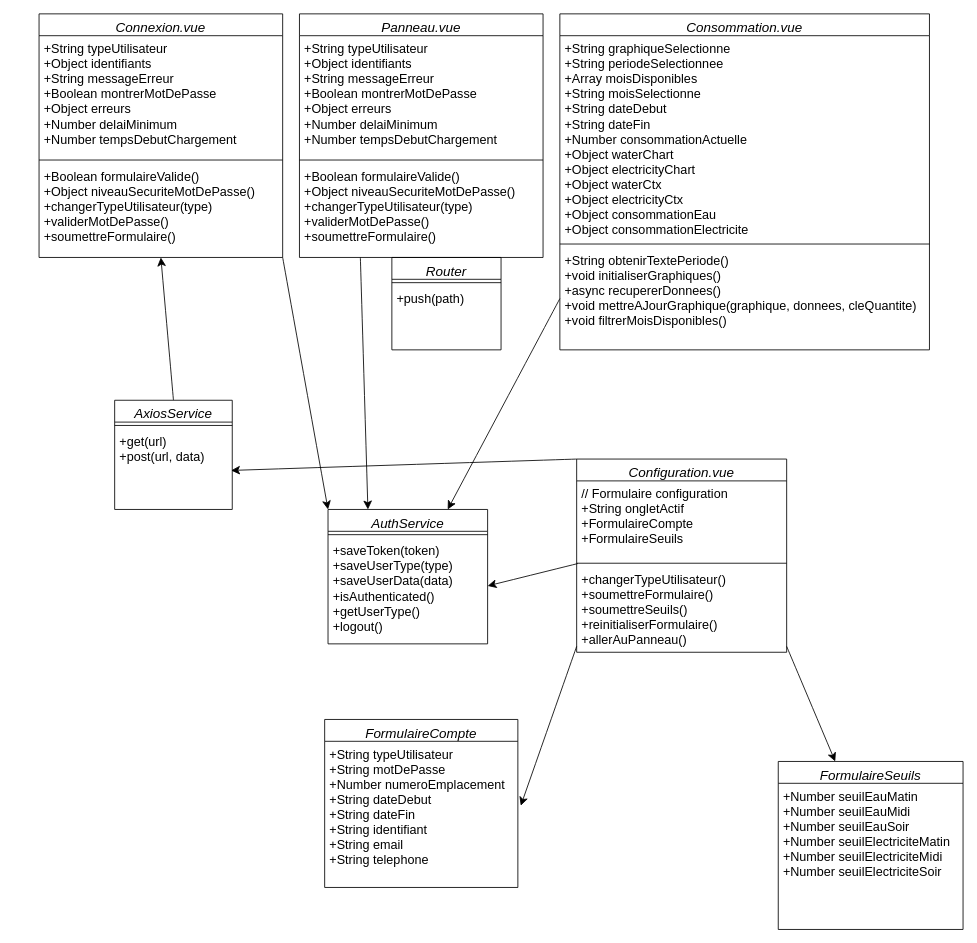
Before: Diagramme_Classe_Frontend.drawio in leeeooooooooo/Projet_Visualisation, a draw.io diagram. Source tidied: cells renumbered, new cells numbered last; positions are measured from the earlier drawing's top-left corner, leaving out a move shared by most shapes. Both pictures are drawn from the tidied source at 84%, with x=0, y=0 at pixel (39, 13).
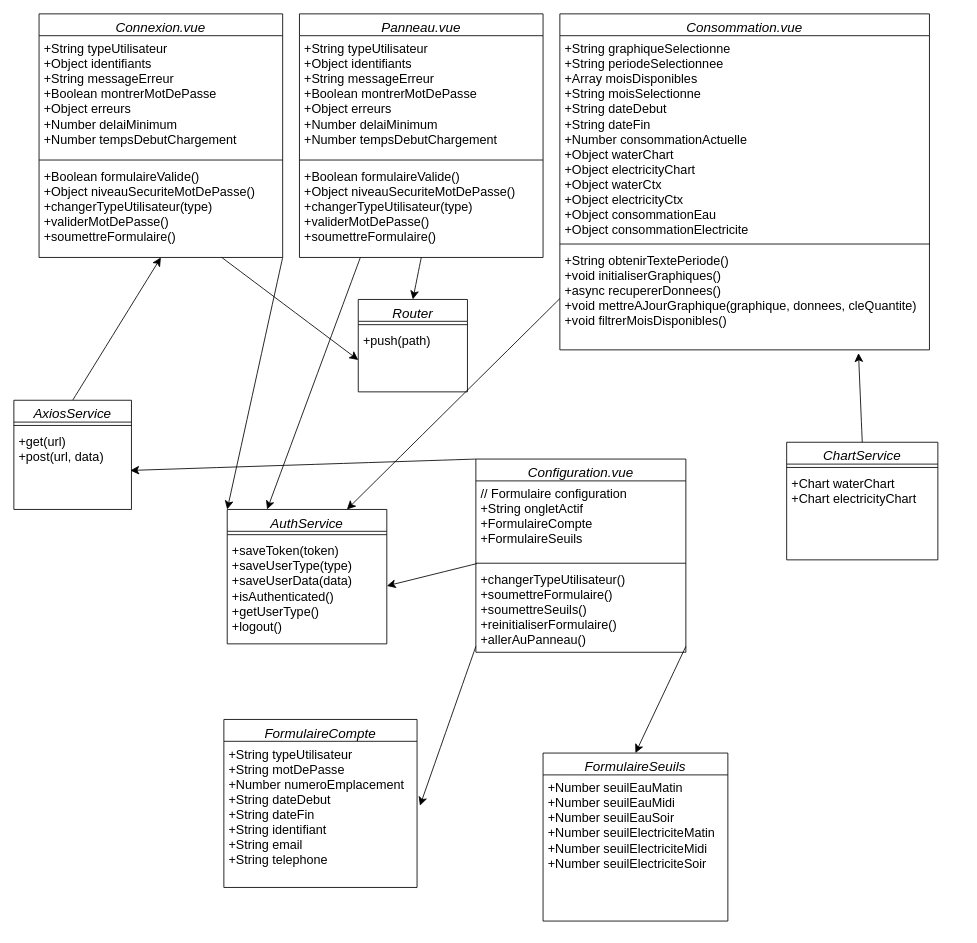
The same diagram, later.

Commit message (it also covers changes not shown here):
Mettre à jour Diagramme_Classe_Frontend.drawio

The change refers to these unchanged cells:
```xml
<mxCell id="3" value="Connexion.vue" style="swimlane;fontStyle=2;align=center;verticalAlign=top;horizontal=1;startSize=26;rounded=0;shadow=0;strokeWidth=1;fontSize=16;" parent="1" vertex="1">
  <mxGeometry width="290" height="290" as="geometry" />
</mxCell>
<mxCell id="17" value="+push(path)" style="text;align=left;verticalAlign=top;spacingLeft=4;spacingRight=4;overflow=hidden;points=[[0,0.5],[1,0.5]];portConstraint=eastwest;rounded=0;shadow=0;html=0;fontSize=15;" parent="15" vertex="1">
  <mxGeometry y="34" width="130" height="76" as="geometry" />
</mxCell>
<mxCell id="21" value="+String obtenirTextePeriode()&#10;+void initialiserGraphiques()&#10;+async recupererDonnees()&#10;+void mettreAJourGraphique(graphique, donnees, cleQuantite)&#10;+void filtrerMoisDisponibles()" style="text;align=left;verticalAlign=top;spacingLeft=4;spacingRight=4;overflow=hidden;points=[[0,0.5],[1,0.5]];portConstraint=eastwest;rounded=0;shadow=0;html=0;fontSize=15;" parent="18" vertex="1">
  <mxGeometry y="278" width="440" height="122" as="geometry" />
</mxCell>
<mxCell id="22" value="Panneau.vue" style="swimlane;fontStyle=2;align=center;verticalAlign=top;horizontal=1;startSize=26;rounded=0;shadow=0;strokeWidth=1;fontSize=16;" parent="1" vertex="1">
  <mxGeometry x="310" width="290" height="290" as="geometry" />
</mxCell>
<mxCell id="32" value="&#10;&#10;&#10;" style="text;align=left;verticalAlign=top;spacingLeft=4;spacingRight=4;overflow=hidden;points=[[0,0.5],[1,0.5]];portConstraint=eastwest;rounded=0;shadow=0;html=0;fontSize=15;" parent="28" vertex="1">
  <mxGeometry y="222" width="250" height="2" as="geometry" />
</mxCell>
```

Change to the diagram source:
```diff
@@
+    <mxCell id="40" style="edgeStyle=none;curved=1;rounded=0;jettySize=auto;html=1;exitX=0.75;exitY=1;exitDx=0;exitDy=0;entryX=0;entryY=0.5;entryDx=0;entryDy=0;fontSize=12;startSize=8;endSize=8;" parent="1" edge="1" source="3" target="17">
+      <mxGeometry relative="1" as="geometry" />
+    </mxCell>
@@
     <mxCell id="8" value="AuthService" style="swimlane;fontStyle=2;align=center;verticalAlign=top;horizontal=1;startSize=26;rounded=0;shadow=0;strokeWidth=1;fontSize=16;" parent="1" vertex="1">
-      <mxGeometry x="344" y="590" width="190" height="160" as="geometry" />
+      <mxGeometry x="224" y="590" width="190" height="160" as="geometry" />
     </mxCell>
@@
     <mxCell id="12" value="AxiosService" style="swimlane;fontStyle=2;align=center;verticalAlign=top;horizontal=1;startSize=26;rounded=0;shadow=0;strokeWidth=1;fontSize=16;" parent="1" vertex="1">
-      <mxGeometry x="90" y="460" width="140" height="130" as="geometry" />
+      <mxGeometry x="-30" y="460" width="140" height="130" as="geometry" />
     </mxCell>
@@
     <mxCell id="15" value="Router" style="swimlane;fontStyle=2;align=center;verticalAlign=top;horizontal=1;startSize=26;rounded=0;shadow=0;strokeWidth=1;fontSize=16;" parent="1" vertex="1">
-      <mxGeometry x="420" y="290" width="130" height="110" as="geometry" />
+      <mxGeometry x="380" y="340" width="130" height="110" as="geometry" />
     </mxCell>
@@
+    <mxCell id="41" style="edgeStyle=none;curved=1;rounded=0;jettySize=auto;html=1;exitX=0.5;exitY=1;exitDx=0;exitDy=0;entryX=0.5;entryY=0;entryDx=0;entryDy=0;fontSize=12;startSize=8;endSize=8;" parent="1" edge="1" source="22" target="15">
+      <mxGeometry relative="1" as="geometry" />
+    </mxCell>
@@
     <mxCell id="28" value="Configuration.vue" style="swimlane;fontStyle=2;align=center;verticalAlign=top;horizontal=1;startSize=26;rounded=0;shadow=0;strokeWidth=1;fontSize=16;" parent="1" vertex="1">
-      <mxGeometry x="640" y="530" width="250" height="230" as="geometry" />
+      <mxGeometry x="520" y="530" width="250" height="230" as="geometry" />
     </mxCell>
@@
     <mxCell id="33" value="FormulaireCompte" style="swimlane;fontStyle=2;align=center;verticalAlign=top;horizontal=1;startSize=26;rounded=0;shadow=0;strokeWidth=1;fontSize=16;" parent="1" vertex="1">
-      <mxGeometry x="340" y="840" width="230" height="200" as="geometry" />
+      <mxGeometry x="220" y="840" width="230" height="200" as="geometry" />
     </mxCell>
@@
     <mxCell id="35" value="FormulaireSeuils" style="swimlane;fontStyle=2;align=center;verticalAlign=top;horizontal=1;startSize=26;rounded=0;shadow=0;strokeWidth=1;fontSize=16;" parent="1" vertex="1">
-      <mxGeometry x="880" y="890" width="220" height="200" as="geometry" />
+      <mxGeometry x="600" y="880" width="220" height="200" as="geometry" />
     </mxCell>
@@
-    <mxCell id="37" style="edgeStyle=none;curved=1;rounded=0;jettySize=auto;html=1;exitX=1;exitY=0.5;exitDx=0;exitDy=0;fontSize=12;startSize=8;endSize=8;" parent="1" edge="1" source="32" target="35">
+    <mxCell id="37" style="edgeStyle=none;curved=1;rounded=0;jettySize=auto;html=1;exitX=1;exitY=0.5;exitDx=0;exitDy=0;fontSize=12;startSize=8;endSize=8;entryX=0.5;entryY=0;entryDx=0;entryDy=0;" parent="1" edge="1" source="32" target="35">
       <mxGeometry relative="1" as="geometry" />
     </mxCell>
@@
+    <mxCell id="42" value="ChartService" style="swimlane;fontStyle=2;align=center;verticalAlign=top;horizontal=1;startSize=26;rounded=0;shadow=0;strokeWidth=1;fontSize=16;" parent="1" vertex="1">
+      <mxGeometry x="890" y="510" width="180" height="140" as="geometry" />
+    </mxCell>
+    <mxCell id="43" style="line;html=1;strokeWidth=1;align=left;verticalAlign=middle;spacingTop=-1;spacingLeft=3;spacingRight=3;labelPosition=right;" parent="42" vertex="1">
+      <mxGeometry y="26" width="180" height="8" as="geometry" />
+    </mxCell>
+    <mxCell id="44" value="+Chart waterChart&#10;+Chart electricityChart&#10;" style="text;align=left;verticalAlign=top;spacingLeft=4;spacingRight=4;overflow=hidden;rounded=0;shadow=0;html=0;fontSize=15;" parent="42" vertex="1">
+      <mxGeometry y="34" width="180" height="76" as="geometry" />
+    </mxCell>
+    <mxCell id="45" style="edgeStyle=none;curved=1;rounded=0;jettySize=auto;html=1;exitX=0.5;exitY=0;exitDx=0;exitDy=0;entryX=0.808;entryY=1.032;entryDx=0;entryDy=0;entryPerimeter=0;fontSize=12;startSize=8;endSize=8;" parent="1" edge="1" source="42" target="21">
+      <mxGeometry relative="1" as="geometry" />
+    </mxCell>
```
